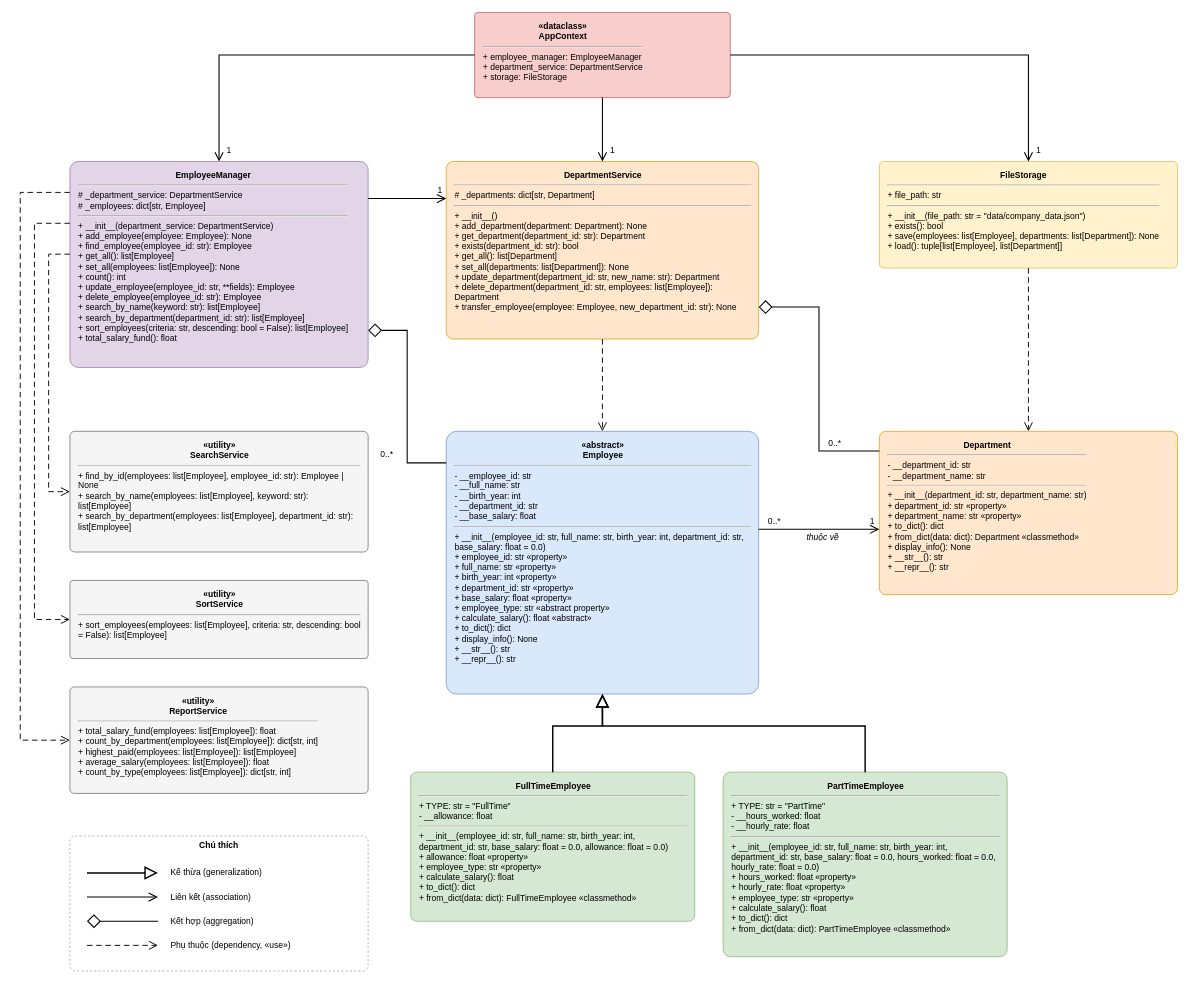
Before: docs/uml/class_diagram.drawio in syhuyit/employee_management, a draw.io diagram. Source tidied: cells renumbered, new cells numbered last; positions are measured from the earlier drawing's top-left corner, leaving out a move shared by most shapes. Both pictures are drawn from the tidied source at 71%, with x=0, y=0 at pixel (20, 12).
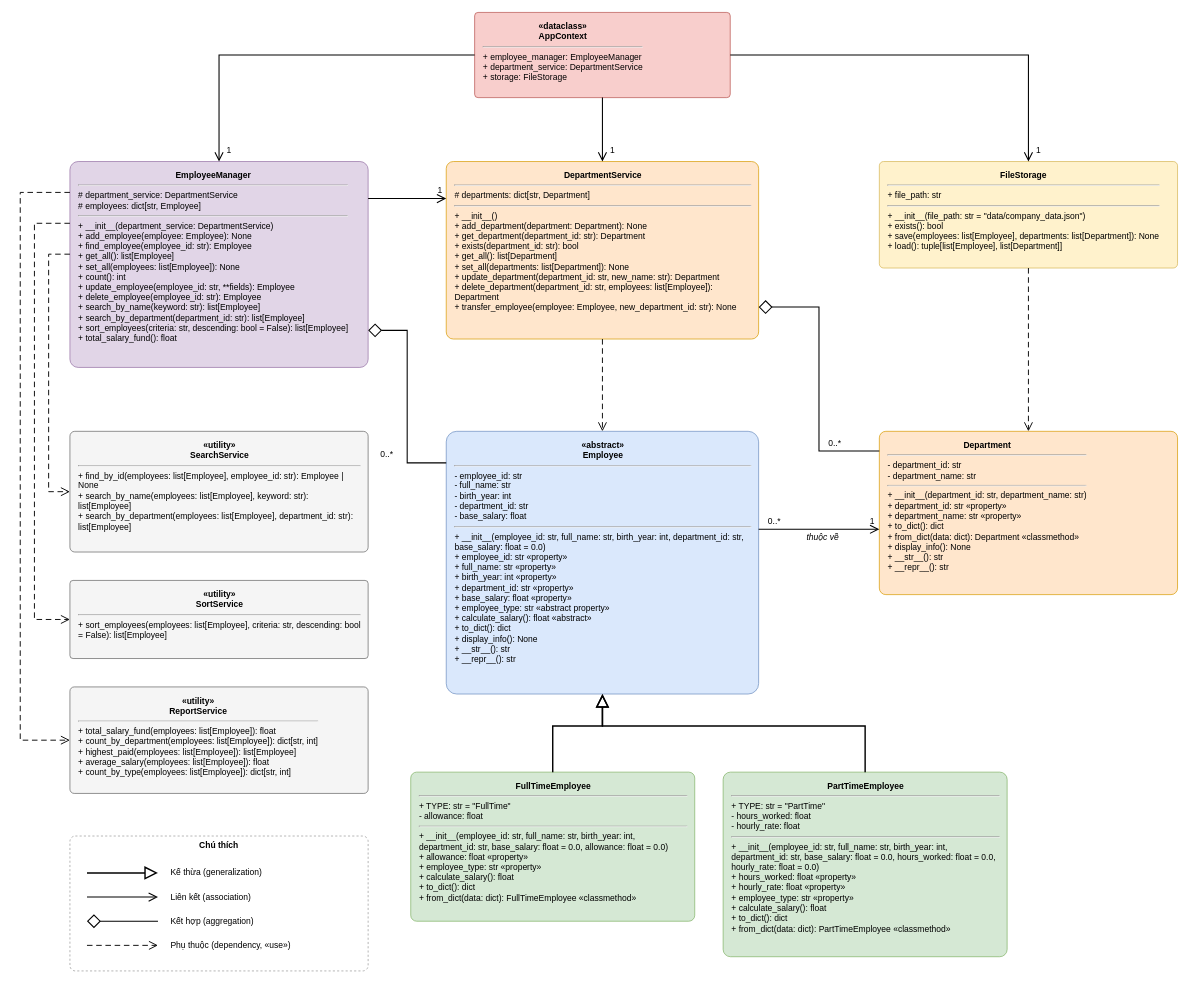
After the change.

Commit message (it also covers changes not shown here):
docs: add project report and UML class diagram documentation

Diff of the diagram source:
```diff
@@
-    <mxCell id="3" value="&lt;div align=&quot;center&quot;&gt;&lt;b&gt;EmployeeManager&lt;/b&gt;&lt;/div&gt;&lt;hr&gt;# _department_service: DepartmentService&lt;br&gt;# _employees: dict[str, Employee]&lt;hr&gt;+ __init__(department_service: DepartmentService)&lt;br&gt;+ add_employee(employee: Employee): None&lt;br&gt;+ find_employee(employee_id: str): Employee&lt;br&gt;+ get_all(): list[Employee]&lt;br&gt;+ set_all(employees: list[Employee]): None&lt;br&gt;+ count(): int&lt;br&gt;+ update_employee(employee_id: str, **fields): Employee&lt;br&gt;+ delete_employee(employee_id: str): Employee&lt;br&gt;+ search_by_name(keyword: str): list[Employee]&lt;br&gt;+ search_by_department(department_id: str): list[Employee]&lt;br&gt;+ sort_employees(criteria: str, descending: bool = False): list[Employee]&lt;br&gt;+ total_salary_fund(): float" style="html=1;whiteSpace=wrap;align=left;verticalAlign=top;rounded=1;arcSize=4;fillColor=#e1d5e7;strokeColor=#9673a6;spacingLeft=10;spacingTop=6;spacingRight=10;spacingBottom=6;fontSize=12;fontFamily=Arial;" parent="1" vertex="1">
+    <mxCell id="3" value="&lt;div align=&quot;center&quot;&gt;&lt;b&gt;EmployeeManager&lt;/b&gt;&lt;/div&gt;&lt;hr&gt;# department_service: DepartmentService&lt;br&gt;# employees: dict[str, Employee]&lt;hr&gt;+ __init__(department_service: DepartmentService)&lt;br&gt;+ add_employee(employee: Employee): None&lt;br&gt;+ find_employee(employee_id: str): Employee&lt;br&gt;+ get_all(): list[Employee]&lt;br&gt;+ set_all(employees: list[Employee]): None&lt;br&gt;+ count(): int&lt;br&gt;+ update_employee(employee_id: str, **fields): Employee&lt;br&gt;+ delete_employee(employee_id: str): Employee&lt;br&gt;+ search_by_name(keyword: str): list[Employee]&lt;br&gt;+ search_by_department(department_id: str): list[Employee]&lt;br&gt;+ sort_employees(criteria: str, descending: bool = False): list[Employee]&lt;br&gt;+ total_salary_fund(): float" style="html=1;whiteSpace=wrap;align=left;verticalAlign=top;rounded=1;arcSize=4;fillColor=#e1d5e7;strokeColor=#9673a6;spacingLeft=10;spacingTop=6;spacingRight=10;spacingBottom=6;fontSize=12;fontFamily=Arial;" parent="1" vertex="1">
       <mxGeometry x="70" y="210" width="420" height="290" as="geometry" />
     </mxCell>
-    <mxCell id="4" value="&lt;div align=&quot;center&quot;&gt;&lt;b&gt;DepartmentService&lt;/b&gt;&lt;/div&gt;&lt;hr&gt;# _departments: dict[str, Department]&lt;hr&gt;+ __init__()&lt;br&gt;+ add_department(department: Department): None&lt;br&gt;+ get_department(department_id: str): Department&lt;br&gt;+ exists(department_id: str): bool&lt;br&gt;+ get_all(): list[Department]&lt;br&gt;+ set_all(departments: list[Department]): None&lt;br&gt;+ update_department(department_id: str, new_name: str): Department&lt;br&gt;+ delete_department(department_id: str, employees: list[Employee]): Department&lt;br&gt;+ transfer_employee(employee: Employee, new_department_id: str): None" style="html=1;whiteSpace=wrap;align=left;verticalAlign=top;rounded=1;arcSize=4;fillColor=#ffe6cc;strokeColor=#d79b00;spacingLeft=10;spacingTop=6;spacingRight=10;spacingBottom=6;fontSize=12;fontFamily=Arial;" parent="1" vertex="1">
+    <mxCell id="4" value="&lt;div align=&quot;center&quot;&gt;&lt;b&gt;DepartmentService&lt;/b&gt;&lt;/div&gt;&lt;hr&gt;# departments: dict[str, Department]&lt;hr&gt;+ __init__()&lt;br&gt;+ add_department(department: Department): None&lt;br&gt;+ get_department(department_id: str): Department&lt;br&gt;+ exists(department_id: str): bool&lt;br&gt;+ get_all(): list[Department]&lt;br&gt;+ set_all(departments: list[Department]): None&lt;br&gt;+ update_department(department_id: str, new_name: str): Department&lt;br&gt;+ delete_department(department_id: str, employees: list[Employee]): Department&lt;br&gt;+ transfer_employee(employee: Employee, new_department_id: str): None" style="html=1;whiteSpace=wrap;align=left;verticalAlign=top;rounded=1;arcSize=4;fillColor=#ffe6cc;strokeColor=#d79b00;spacingLeft=10;spacingTop=6;spacingRight=10;spacingBottom=6;fontSize=12;fontFamily=Arial;" parent="1" vertex="1">
       <mxGeometry x="600" y="210" width="440" height="250" as="geometry" />
     </mxCell>
@@
-    <mxCell id="6" value="&lt;div align=&quot;center&quot;&gt;&lt;b&gt;«abstract»&lt;br&gt;Employee&lt;/b&gt;&lt;/div&gt;&lt;hr&gt;- __employee_id: str&lt;br&gt;- __full_name: str&lt;br&gt;- __birth_year: int&lt;br&gt;- __department_id: str&lt;br&gt;- __base_salary: float&lt;hr&gt;+ __init__(employee_id: str, full_name: str, birth_year: int, department_id: str, base_salary: float = 0.0)&lt;br&gt;+ employee_id: str «property»&lt;br&gt;+ full_name: str «property»&lt;br&gt;+ birth_year: int «property»&lt;br&gt;+ department_id: str «property»&lt;br&gt;+ base_salary: float «property»&lt;br&gt;+ employee_type: str «abstract property»&lt;br&gt;+ calculate_salary(): float «abstract»&lt;br&gt;+ to_dict(): dict&lt;br&gt;+ display_info(): None&lt;br&gt;+ __str__(): str&lt;br&gt;+ __repr__(): str" style="html=1;whiteSpace=wrap;align=left;verticalAlign=top;rounded=1;arcSize=4;fillColor=#dae8fc;strokeColor=#6c8ebf;spacingLeft=10;spacingTop=6;spacingRight=10;spacingBottom=6;fontSize=12;fontFamily=Arial;" parent="1" vertex="1">
+    <mxCell id="6" value="&lt;div align=&quot;center&quot;&gt;&lt;b&gt;«abstract»&lt;br&gt;Employee&lt;/b&gt;&lt;/div&gt;&lt;hr&gt;- employee_id: str&lt;br&gt;- full_name: str&lt;br&gt;- birth_year: int&lt;br&gt;- department_id: str&lt;br&gt;- base_salary: float&lt;hr&gt;+ __init__(employee_id: str, full_name: str, birth_year: int, department_id: str, base_salary: float = 0.0)&lt;br&gt;+ employee_id: str «property»&lt;br&gt;+ full_name: str «property»&lt;br&gt;+ birth_year: int «property»&lt;br&gt;+ department_id: str «property»&lt;br&gt;+ base_salary: float «property»&lt;br&gt;+ employee_type: str «abstract property»&lt;br&gt;+ calculate_salary(): float «abstract»&lt;br&gt;+ to_dict(): dict&lt;br&gt;+ display_info(): None&lt;br&gt;+ __str__(): str&lt;br&gt;+ __repr__(): str" style="html=1;whiteSpace=wrap;align=left;verticalAlign=top;rounded=1;arcSize=4;fillColor=#dae8fc;strokeColor=#6c8ebf;spacingLeft=10;spacingTop=6;spacingRight=10;spacingBottom=6;fontSize=12;fontFamily=Arial;" parent="1" vertex="1">
       <mxGeometry x="600" y="590" width="440" height="370" as="geometry" />
     </mxCell>
-    <mxCell id="7" value="&lt;div align=&quot;center&quot;&gt;&lt;b&gt;Department&lt;/b&gt;&lt;/div&gt;&lt;hr&gt;- __department_id: str&lt;br&gt;- __department_name: str&lt;hr&gt;+ __init__(department_id: str, department_name: str)&lt;br&gt;+ department_id: str «property»&lt;br&gt;+ department_name: str «property»&lt;br&gt;+ to_dict(): dict&lt;br&gt;+ from_dict(data: dict): Department «classmethod»&lt;br&gt;+ display_info(): None&lt;br&gt;+ __str__(): str&lt;br&gt;+ __repr__(): str" style="html=1;whiteSpace=wrap;align=left;verticalAlign=top;rounded=1;arcSize=4;fillColor=#ffe6cc;strokeColor=#d79b00;spacingLeft=10;spacingTop=6;spacingRight=10;spacingBottom=6;fontSize=12;fontFamily=Arial;" parent="1" vertex="1">
+    <mxCell id="7" value="&lt;div align=&quot;center&quot;&gt;&lt;b&gt;Department&lt;/b&gt;&lt;/div&gt;&lt;hr&gt;- department_id: str&lt;br&gt;- department_name: str&lt;hr&gt;+ __init__(department_id: str, department_name: str)&lt;br&gt;+ department_id: str «property»&lt;br&gt;+ department_name: str «property»&lt;br&gt;+ to_dict(): dict&lt;br&gt;+ from_dict(data: dict): Department «classmethod»&lt;br&gt;+ display_info(): None&lt;br&gt;+ __str__(): str&lt;br&gt;+ __repr__(): str" style="html=1;whiteSpace=wrap;align=left;verticalAlign=top;rounded=1;arcSize=4;fillColor=#ffe6cc;strokeColor=#d79b00;spacingLeft=10;spacingTop=6;spacingRight=10;spacingBottom=6;fontSize=12;fontFamily=Arial;" parent="1" vertex="1">
       <mxGeometry x="1210" y="590" width="420" height="230" as="geometry" />
     </mxCell>
@@
-    <mxCell id="11" value="&lt;div align=&quot;center&quot;&gt;&lt;b&gt;FullTimeEmployee&lt;/b&gt;&lt;/div&gt;&lt;hr&gt;+ TYPE: str = &quot;FullTime&quot;&lt;br&gt;- __allowance: float&lt;hr&gt;+ __init__(employee_id: str, full_name: str, birth_year: int, department_id: str, base_salary: float = 0.0, allowance: float = 0.0)&lt;br&gt;+ allowance: float «property»&lt;br&gt;+ employee_type: str «property»&lt;br&gt;+ calculate_salary(): float&lt;br&gt;+ to_dict(): dict&lt;br&gt;+ from_dict(data: dict): FullTimeEmployee «classmethod»" style="html=1;whiteSpace=wrap;align=left;verticalAlign=top;rounded=1;arcSize=4;fillColor=#d5e8d4;strokeColor=#82b366;spacingLeft=10;spacingTop=6;spacingRight=10;spacingBottom=6;fontSize=12;fontFamily=Arial;" parent="1" vertex="1">
+    <mxCell id="11" value="&lt;div align=&quot;center&quot;&gt;&lt;b&gt;FullTimeEmployee&lt;/b&gt;&lt;/div&gt;&lt;hr&gt;+ TYPE: str = &quot;FullTime&quot;&lt;br&gt;- allowance: float&lt;hr&gt;+ __init__(employee_id: str, full_name: str, birth_year: int, department_id: str, base_salary: float = 0.0, allowance: float = 0.0)&lt;br&gt;+ allowance: float «property»&lt;br&gt;+ employee_type: str «property»&lt;br&gt;+ calculate_salary(): float&lt;br&gt;+ to_dict(): dict&lt;br&gt;+ from_dict(data: dict): FullTimeEmployee «classmethod»" style="html=1;whiteSpace=wrap;align=left;verticalAlign=top;rounded=1;arcSize=4;fillColor=#d5e8d4;strokeColor=#82b366;spacingLeft=10;spacingTop=6;spacingRight=10;spacingBottom=6;fontSize=12;fontFamily=Arial;" parent="1" vertex="1">
       <mxGeometry x="550" y="1070" width="400" height="210" as="geometry" />
     </mxCell>
-    <mxCell id="12" value="&lt;div align=&quot;center&quot;&gt;&lt;b&gt;PartTimeEmployee&lt;/b&gt;&lt;/div&gt;&lt;hr&gt;+ TYPE: str = &quot;PartTime&quot;&lt;br&gt;- __hours_worked: float&lt;br&gt;- __hourly_rate: float&lt;hr&gt;+ __init__(employee_id: str, full_name: str, birth_year: int, department_id: str, base_salary: float = 0.0, hours_worked: float = 0.0, hourly_rate: float = 0.0)&lt;br&gt;+ hours_worked: float «property»&lt;br&gt;+ hourly_rate: float «property»&lt;br&gt;+ employee_type: str «property»&lt;br&gt;+ calculate_salary(): float&lt;br&gt;+ to_dict(): dict&lt;br&gt;+ from_dict(data: dict): PartTimeEmployee «classmethod»" style="html=1;whiteSpace=wrap;align=left;verticalAlign=top;rounded=1;arcSize=4;fillColor=#d5e8d4;strokeColor=#82b366;spacingLeft=10;spacingTop=6;spacingRight=10;spacingBottom=6;fontSize=12;fontFamily=Arial;" parent="1" vertex="1">
+    <mxCell id="12" value="&lt;div align=&quot;center&quot;&gt;&lt;b&gt;PartTimeEmployee&lt;/b&gt;&lt;/div&gt;&lt;hr&gt;+ TYPE: str = &quot;PartTime&quot;&lt;br&gt;- hours_worked: float&lt;br&gt;- hourly_rate: float&lt;hr&gt;+ __init__(employee_id: str, full_name: str, birth_year: int, department_id: str, base_salary: float = 0.0, hours_worked: float = 0.0, hourly_rate: float = 0.0)&lt;br&gt;+ hours_worked: float «property»&lt;br&gt;+ hourly_rate: float «property»&lt;br&gt;+ employee_type: str «property»&lt;br&gt;+ calculate_salary(): float&lt;br&gt;+ to_dict(): dict&lt;br&gt;+ from_dict(data: dict): PartTimeEmployee «classmethod»" style="html=1;whiteSpace=wrap;align=left;verticalAlign=top;rounded=1;arcSize=4;fillColor=#d5e8d4;strokeColor=#82b366;spacingLeft=10;spacingTop=6;spacingRight=10;spacingBottom=6;fontSize=12;fontFamily=Arial;" parent="1" vertex="1">
       <mxGeometry x="990" y="1070" width="400" height="260" as="geometry" />
     </mxCell>
```
